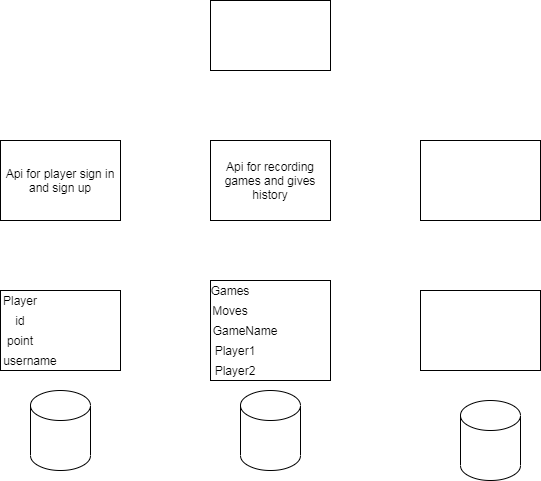
Before: Service.png, a diagram exported from draw.io (emreisler/2DAndroidGame). Source tidied: cells renumbered, new cells last; positions are measured from the earlier drawing's top-left corner, leaving out a move shared by most shapes.
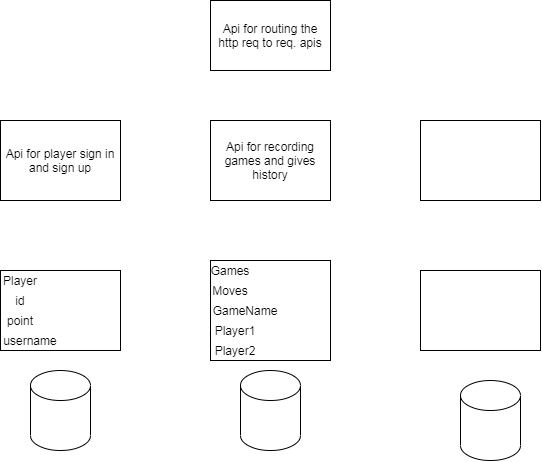
Above is the later version.

What changed in the source:
```diff
@@ -2,8 +2,8 @@
   <root>
     <mxCell id="0" />
     <mxCell id="1" parent="0" />
-    <mxCell id="2" style="rounded=0;whiteSpace=wrap;html=1;" parent="1" vertex="1">
-      <mxGeometry x="210" width="120" height="70" as="geometry" />
+    <mxCell id="2" value="Api for routing the http req to req. apis&lt;br&gt;" style="rounded=0;whiteSpace=wrap;html=1;" parent="1" vertex="1">
+      <mxGeometry x="210" y="20" width="120" height="70" as="geometry" />
     </mxCell>
     <mxCell id="3" style="rounded=0;whiteSpace=wrap;html=1;" parent="1" vertex="1">
       <mxGeometry y="290" width="120" height="80" as="geometry" />
```
